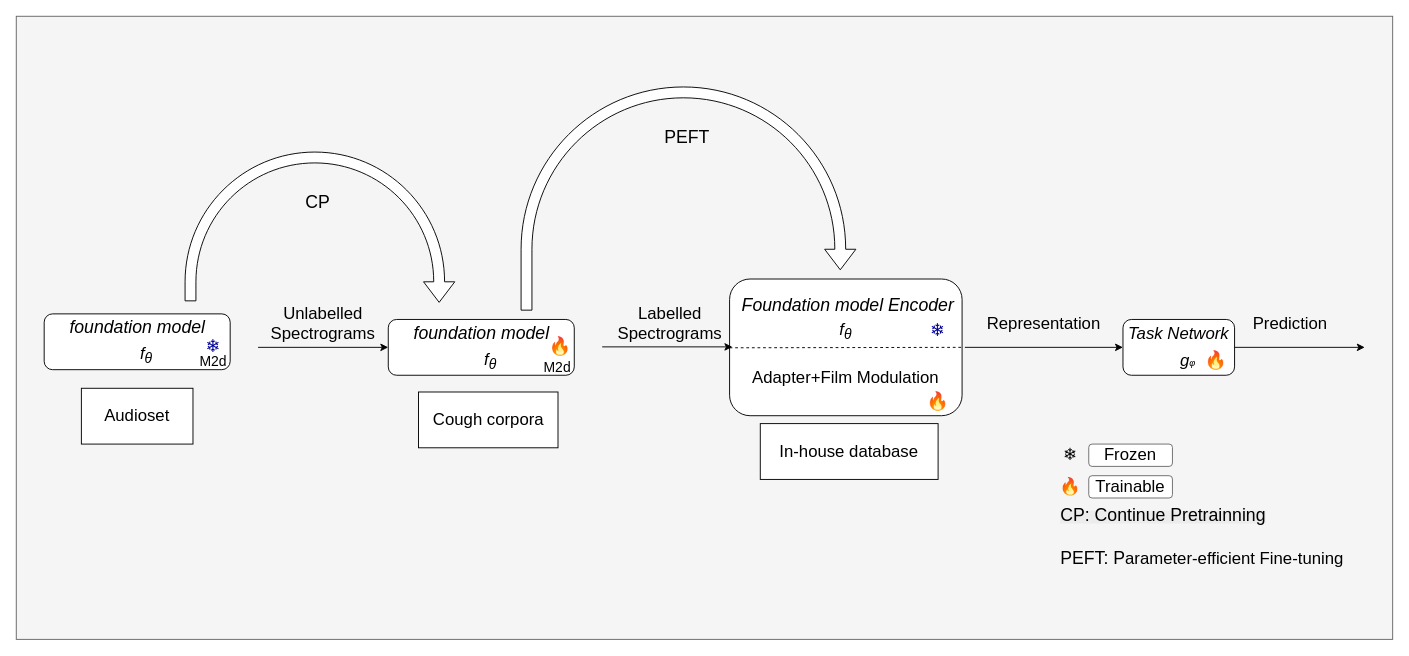
Earlier version of the draw.io diagram luncancer_genneral.drawio (lhwjsj/Diagram). Source tidied: cells renumbered, new cells numbered last; positions are measured from the earlier drawing's top-left corner, leaving out a move shared by most shapes. Both pictures are drawn from the tidied source at 93%, with x=0, y=0 at pixel (16, 16).
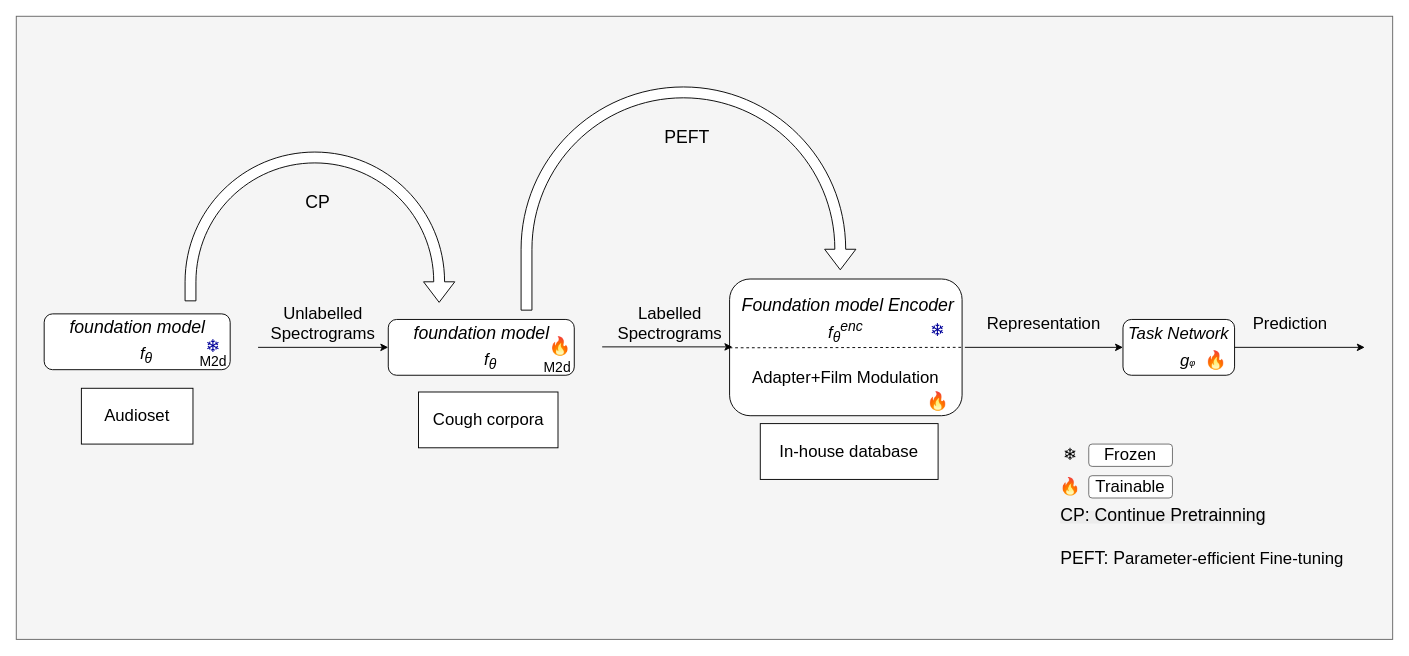
The same diagram, later.

What changed in the source:
```diff
@@
-    <mxCell id="10" value="&lt;i&gt;&lt;font style=&quot;font-size: 18px;&quot;&gt;f&lt;sub&gt;θ&lt;/sub&gt;&lt;/font&gt;&lt;/i&gt;" style="text;html=1;whiteSpace=wrap;strokeColor=none;fillColor=none;align=center;verticalAlign=middle;rounded=0;" parent="1" vertex="1">
+    <mxCell id="10" value="&lt;i&gt;&lt;font style=&quot;font-size: 18px;&quot;&gt;f&lt;sub style=&quot;&quot;&gt;θ&lt;/sub&gt;&lt;sup style=&quot;&quot;&gt;enc&lt;/sup&gt;&lt;/font&gt;&lt;/i&gt;" style="text;html=1;whiteSpace=wrap;strokeColor=none;fillColor=none;align=center;verticalAlign=middle;rounded=0;" parent="1" vertex="1">
       <mxGeometry x="862" y="324" width="60" height="30" as="geometry" />
     </mxCell>
```
